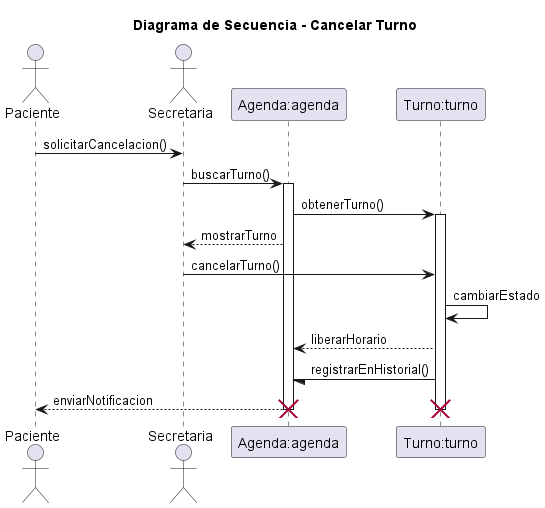
The PlantUML diagram diagramas/05-diagramas-secuencia/05-secuencia-cancelar-turno-03.png in eternalnight04/SistemaTurnosMedicos, before a commit. The source it was exported from:
```plantuml
@startuml 05-secuencia-cancelar-turno-02

title Diagrama de Secuencia - Cancelar Turno

actor Paciente as paciente
actor Secretaria as secretaria
participant "Agenda:agenda" as agenda
participant "Turno:turno" as turno

paciente -> secretaria: solicitarCancelacion()

secretaria -> agenda: buscarTurno()
activate agenda

agenda -> turno: obtenerTurno()
activate turno

agenda --> secretaria: mostrarTurno


secretaria -> turno: cancelarTurno()


turno -> turno: cambiarEstado
turno --> agenda: liberarHorario
turno -/ agenda: registrarEnHistorial()

agenda --> paciente: enviarNotificacion

deactivate turno
deactivate agenda

destroy turno
destroy agenda

@enduml
```
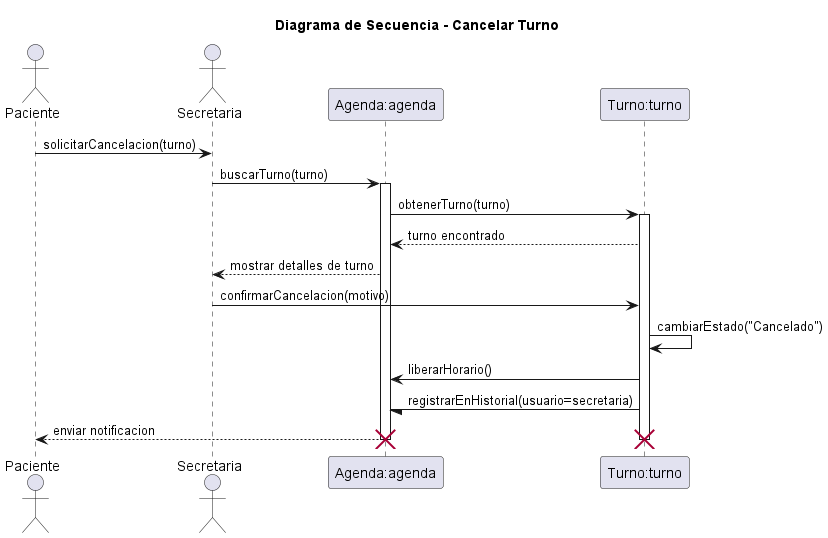
After the commit.

The edit, as a diff of the source:
```diff
@@ -1,36 +1,38 @@
-@startuml 05-secuencia-cancelar-turno-02
+@startuml 05-secuencia-cancelar-turno-03
 
 title Diagrama de Secuencia - Cancelar Turno
 
 actor Paciente as paciente
 actor Secretaria as secretaria
+
 participant "Agenda:agenda" as agenda
 participant "Turno:turno" as turno
 
-paciente -> secretaria: solicitarCancelacion()
+paciente -> secretaria: solicitarCancelacion(turno)
+secretaria -> agenda: buscarTurno(turno)
 
-secretaria -> agenda: buscarTurno()
 activate agenda
 
-agenda -> turno: obtenerTurno()
+agenda -> turno: obtenerTurno(turno)
+
 activate turno
 
-agenda --> secretaria: mostrarTurno
+turno --> agenda: turno encontrado
 
+agenda --> secretaria: mostrar detalles de turno
 
-secretaria -> turno: cancelarTurno()
+secretaria -> turno: confirmarCancelacion(motivo)
 
+turno -> turno: cambiarEstado("Cancelado")
+turno -> agenda: liberarHorario()
+turno -/ agenda: registrarEnHistorial(usuario=secretaria)
 
-turno -> turno: cambiarEstado
-turno --> agenda: liberarHorario
-turno -/ agenda: registrarEnHistorial()
-
-agenda --> paciente: enviarNotificacion
+agenda --> paciente: enviar notificacion
 
 deactivate turno
+destroy turno
+
 deactivate agenda
-
-destroy turno
 destroy agenda
 
 @enduml
```
